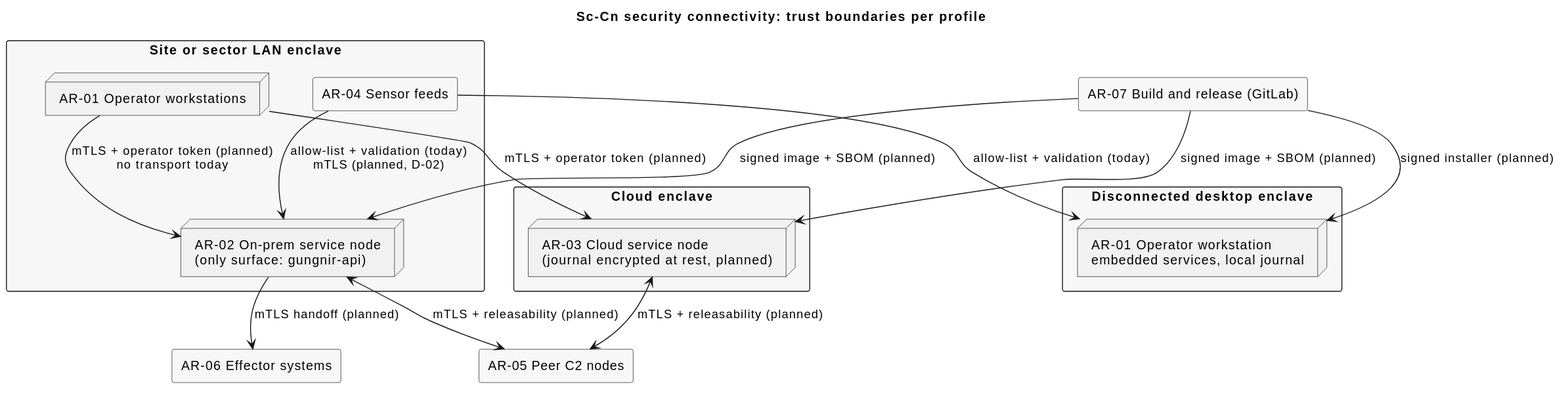
Above: docs/architecture/uaf/rendered/security/Sc-Cn.svg in WayneRoessling/gungnir (PlantUML), before the change.
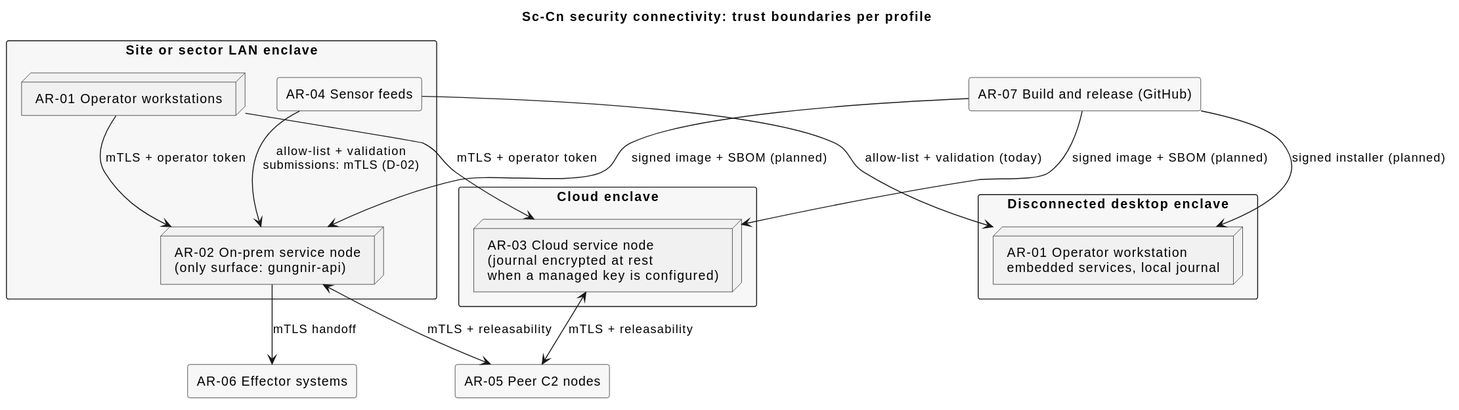
After the change.

What changed in the source:
```diff
@@ -12,19 +12,19 @@
   rectangle "AR-04 Sensor feeds" as AR_04
 }
 rectangle "Cloud enclave" as ENC3 {
-  node "AR-03 Cloud service node\n(journal encrypted at rest, planned)" as AR_03
+  node "AR-03 Cloud service node\n(journal encrypted at rest\nwhen a managed key is configured)" as AR_03
 }
 rectangle "AR-05 Peer C2 nodes" as AR_05
 rectangle "AR-06 Effector systems" as AR_06
-rectangle "AR-07 Build and release (GitLab)" as AR_07
+rectangle "AR-07 Build and release (GitHub)" as AR_07
 
 AR_04 --> AR_01a : allow-list + validation (today)
-AR_04 --> AR_02 : allow-list + validation (today)\nmTLS (planned, D-02)
-AR_01b --> AR_02 : mTLS + operator token (planned)\nno transport today
-AR_01b --> AR_03 : mTLS + operator token (planned)
-AR_02 <--> AR_05 : mTLS + releasability (planned)
-AR_03 <--> AR_05 : mTLS + releasability (planned)
-AR_02 --> AR_06 : mTLS handoff (planned)
+AR_04 --> AR_02 : allow-list + validation\nsubmissions: mTLS (D-02)
+AR_01b --> AR_02 : mTLS + operator token
+AR_01b --> AR_03 : mTLS + operator token
+AR_02 <--> AR_05 : mTLS + releasability
+AR_03 <--> AR_05 : mTLS + releasability
+AR_02 --> AR_06 : mTLS handoff
 AR_07 --> AR_02 : signed image + SBOM (planned)
 AR_07 --> AR_03 : signed image + SBOM (planned)
 AR_07 --> AR_01a : signed installer (planned)
```
